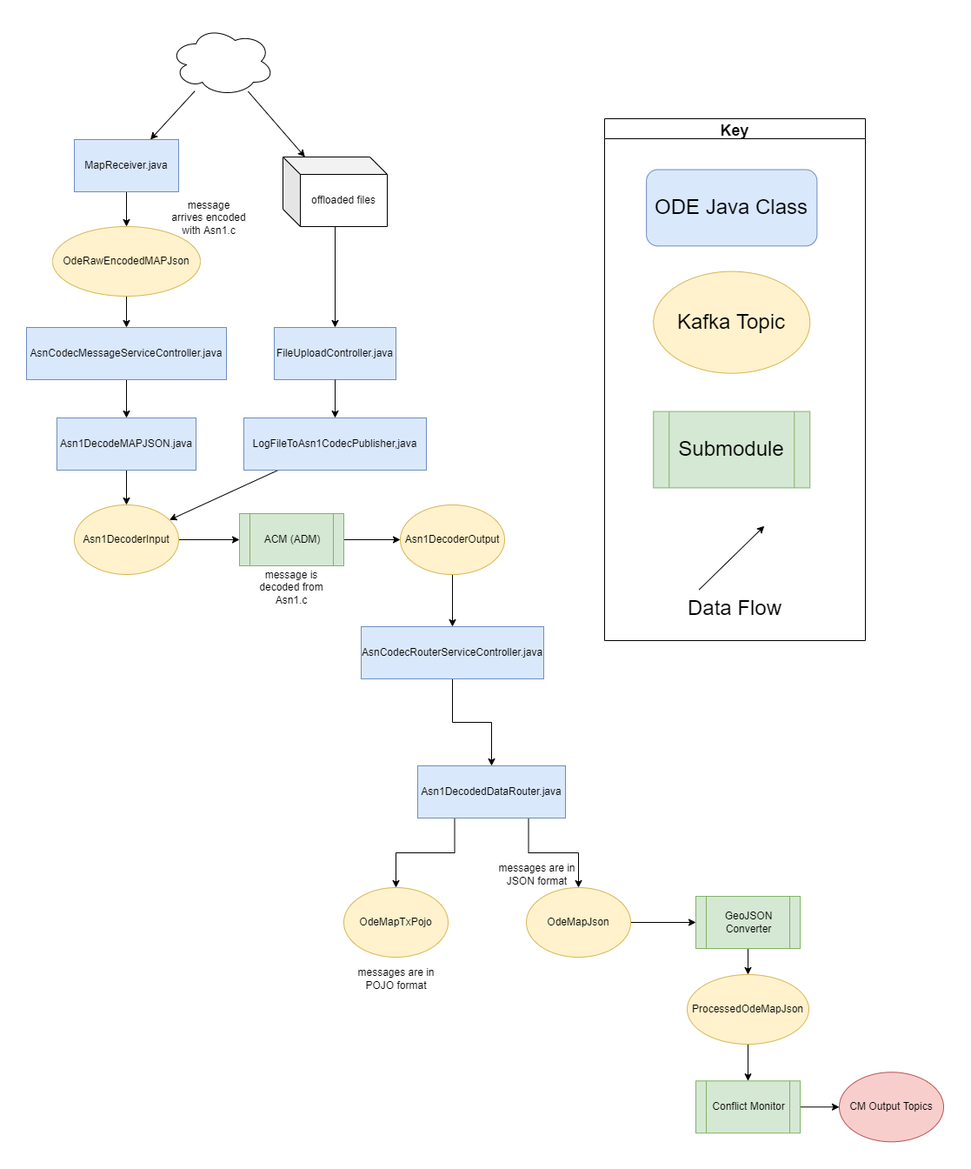
Before: docs/data-flow-diagrams/map/MAP Data Flow.drawio.png, a diagram exported from draw.io (usdot-jpo-ode/jpo-ode). Source tidied: cells renumbered, new cells last; positions are measured from the earlier drawing's top-left corner, leaving out a move shared by most shapes.
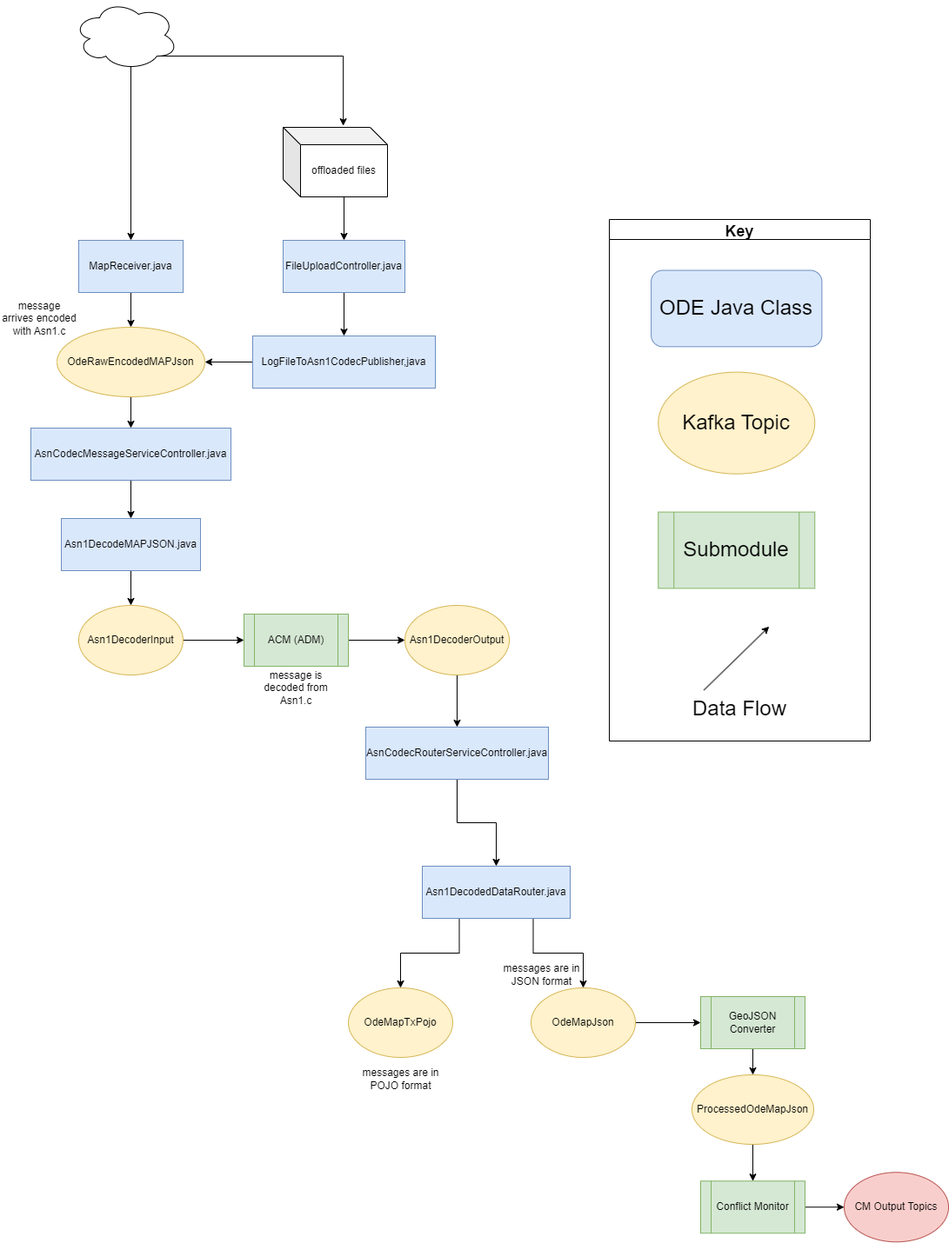
After the change.

Change to the diagram source:
```diff
@@ -59,11 +59,14 @@
     <mxCell id="20" value="AsnCodecRouterServiceController.java" style="rounded=0;whiteSpace=wrap;html=1;fillColor=#dae8fc;strokeColor=#6c8ebf;" parent="1" vertex="1">
       <mxGeometry x="385" y="690" width="210" height="60" as="geometry" />
     </mxCell>
+    <mxCell id="51" style="edgeStyle=orthogonalEdgeStyle;rounded=0;jettySize=auto;html=1;exitX=0.8;exitY=0.8;exitDx=0;exitDy=0;exitPerimeter=0;entryX=0.576;entryY=-0.023;entryDx=0;entryDy=0;entryPerimeter=0;" parent="1" edge="1" source="22" target="47">
+      <mxGeometry relative="1" as="geometry" />
+    </mxCell>
-    <mxCell id="21" style="rounded=0;jettySize=auto;html=1;" parent="1" edge="1" source="22" target="14">
+    <mxCell id="21" style="edgeStyle=orthogonalEdgeStyle;rounded=0;jettySize=auto;html=1;exitX=0.55;exitY=0.95;exitDx=0;exitDy=0;exitPerimeter=0;entryX=0.5;entryY=0;entryDx=0;entryDy=0;" parent="1" edge="1" source="22" target="14">
       <mxGeometry relative="1" as="geometry" />
     </mxCell>
     <mxCell id="22" style="ellipse;shape=cloud;whiteSpace=wrap;html=1;" parent="1" vertex="1">
-      <mxGeometry x="165" width="120" height="80" as="geometry" />
+      <mxGeometry x="49" y="-146" width="120" height="80" as="geometry" />
     </mxCell>
     <mxCell id="23" style="group;" parent="1" vertex="1">
       <mxGeometry x="665" y="106" width="300" height="600" as="geometry" />
@@ -128,33 +131,26 @@
     <mxCell id="42" value="ProcessedOdeMapJson" style="ellipse;whiteSpace=wrap;html=1;fillColor=#fff2cc;strokeColor=#d6b656;" parent="1" vertex="1">
       <mxGeometry x="760" y="1090" width="140" height="80" as="geometry" />
     </mxCell>
-    <mxCell id="43" style="rounded=0;jettySize=auto;html=1;" parent="1" edge="1" source="22">
-      <mxGeometry relative="1" as="geometry">
-        <mxPoint x="320.3" y="150" as="targetPoint" />
-      </mxGeometry>
-    </mxCell>
+    <mxCell id="52" style="edgeStyle=orthogonalEdgeStyle;rounded=0;jettySize=auto;html=1;exitX=0;exitY=0.5;exitDx=0;exitDy=0;entryX=1;entryY=0.5;entryDx=0;entryDy=0;" parent="1" edge="1" source="46" target="16">
+      <mxGeometry relative="1" as="geometry" />
+    </mxCell>
+    <mxCell id="46" value="LogFileToAsn1CodecPublisher,java" style="rounded=0;whiteSpace=wrap;html=1;fillColor=#dae8fc;strokeColor=#6c8ebf;" parent="1" vertex="1">
+      <mxGeometry x="255" y="240" width="210" height="60" as="geometry" />
+    </mxCell>
+    <mxCell id="53" style="edgeStyle=orthogonalEdgeStyle;rounded=0;jettySize=auto;html=1;exitX=0;exitY=0;exitDx=70;exitDy=80;exitPerimeter=0;entryX=0.5;entryY=0;entryDx=0;entryDy=0;" parent="1" edge="1" source="47" target="44">
+      <mxGeometry relative="1" as="geometry" />
+    </mxCell>
+    <mxCell id="47" value="offloaded files" style="shape=cube;whiteSpace=wrap;html=1;boundedLbl=1;backgroundOutline=1;darkOpacity=0.05;darkOpacity2=0.1;" parent="1" vertex="1">
+      <mxGeometry x="290" width="120" height="80" as="geometry" />
+    </mxCell>
+    <mxCell id="50" value="&lt;span&gt;message arrives encoded with Asn1.c&lt;/span&gt;" style="text;html=1;strokeColor=none;fillColor=none;align=center;verticalAlign=middle;whiteSpace=wrap;rounded=0;" parent="1" vertex="1">
+      <mxGeometry x="-35" y="190" width="90" height="60" as="geometry" />
+    </mxCell>
+    <mxCell id="49" style="edgeStyle=orthogonalEdgeStyle;rounded=0;jettySize=auto;html=1;exitX=0.5;exitY=1;exitDx=0;exitDy=0;entryX=0.5;entryY=0;entryDx=0;entryDy=0;" parent="1" edge="1" source="44" target="46">
+      <mxGeometry relative="1" as="geometry" />
+    </mxCell>
     <mxCell id="44" value="FileUploadController.java" style="rounded=0;whiteSpace=wrap;html=1;fillColor=#dae8fc;strokeColor=#6c8ebf;" parent="1" vertex="1">
-      <mxGeometry x="285" y="346" width="140" height="60" as="geometry" />
+      <mxGeometry x="290" y="130" width="140" height="60" as="geometry" />
     </mxCell>
-    <mxCell id="45" style="edgeStyle=none;rounded=0;jettySize=auto;html=1;" parent="1" edge="1" source="46" target="10">
-      <mxGeometry relative="1" as="geometry" />
-    </mxCell>
-    <mxCell id="46" value="LogFileToAsn1CodecPublisher,java" style="rounded=0;whiteSpace=wrap;html=1;fillColor=#dae8fc;strokeColor=#6c8ebf;" parent="1" vertex="1">
-      <mxGeometry x="250" y="450" width="210" height="60" as="geometry" />
-    </mxCell>
-    <mxCell id="47" value="offloaded files" style="shape=cube;whiteSpace=wrap;html=1;boundedLbl=1;backgroundOutline=1;darkOpacity=0.05;darkOpacity2=0.1;" parent="1" vertex="1">
-      <mxGeometry x="295" y="150" width="120" height="80" as="geometry" />
-    </mxCell>
-    <mxCell id="48" style="edgeStyle=orthogonalEdgeStyle;rounded=0;jettySize=auto;html=1;" parent="1" edge="1" source="47">
-      <mxGeometry relative="1" as="geometry">
-        <mxPoint x="355" y="346" as="targetPoint" />
-      </mxGeometry>
-    </mxCell>
-    <mxCell id="49" style="rounded=0;jettySize=auto;html=1;" parent="1" edge="1" source="44" target="46">
-      <mxGeometry relative="1" as="geometry" />
-    </mxCell>
-    <mxCell id="50" value="&lt;span&gt;message arrives encoded with Asn1.c&lt;/span&gt;" style="text;html=1;strokeColor=none;fillColor=none;align=center;verticalAlign=middle;whiteSpace=wrap;rounded=0;" parent="1" vertex="1">
-      <mxGeometry x="165" y="190" width="90" height="60" as="geometry" />
-    </mxCell>
   </root>
 </mxGraphModel>
```
